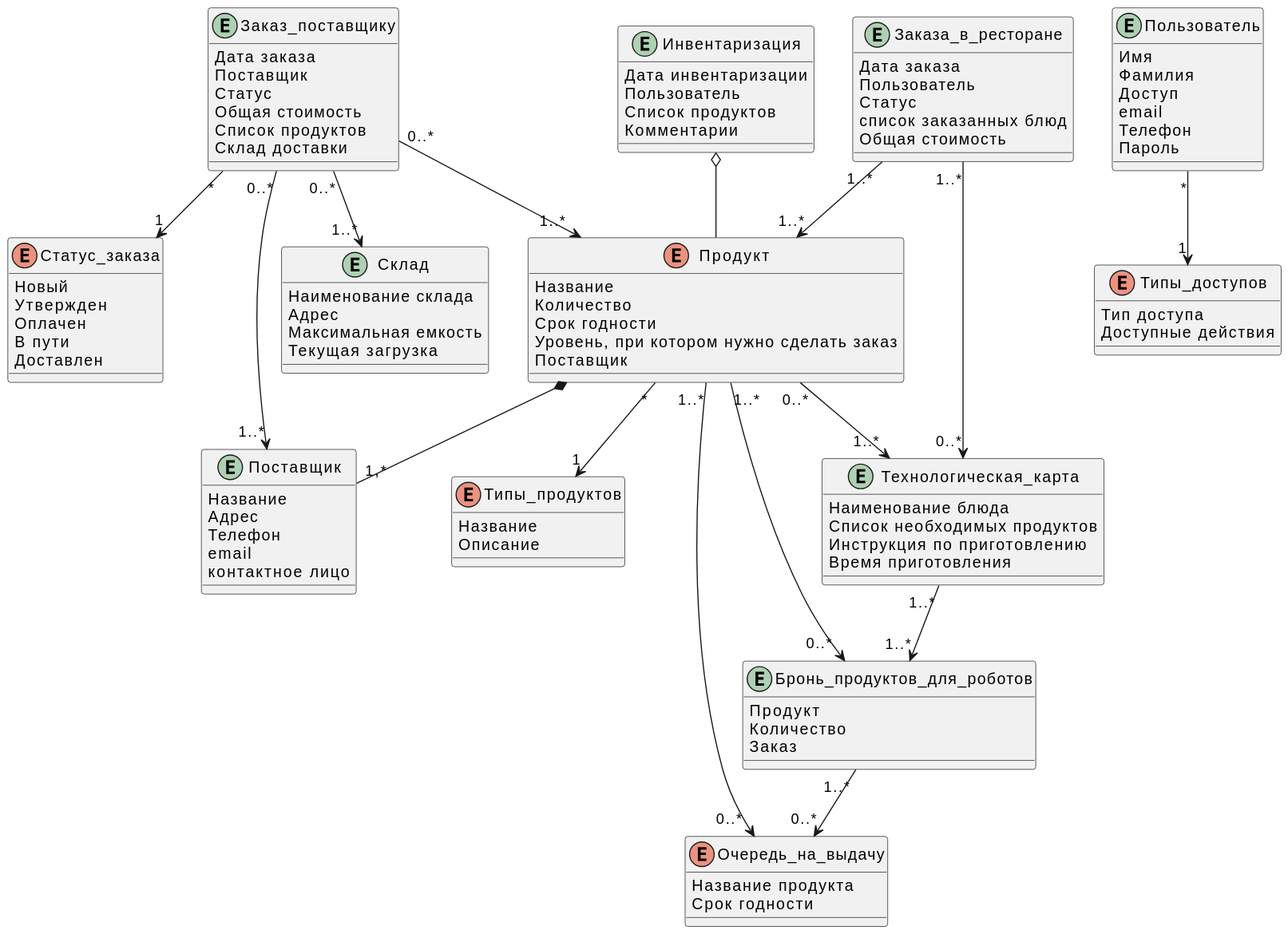
Earlier version of the PlantUML export site/diagrams/out/class.svg (KapustinaAnna/KapustinaAnna.github.io). Its diagram source:
```plantuml
@startuml
Enum Продукт {
Название
Количество
Срок годности
Уровень, при котором нужно сделать заказ
Поставщик
}

Entity Поставщик{
Название
Адрес
Телефон
email
контактное лицо
}


Entity Пользователь {
Имя
Фамилия
Доступ
email
Телефон
Пароль
}

Enum Типы_доступов {
Тип доступа
Доступные действия
}

Entity Заказ_поставщику {
Дата заказа
Поставщик
Статус
Общая стоимость
Список продуктов
Склад доставки
}


Entity Заказа_в_ресторане {
Дата заказа
Пользователь
Статус
список заказанных блюд
Общая стоимость

}

Entity Технологическая_карта {
Наименование блюда
Список необходимых продуктов
Инструкция по приготовлению
Время приготовления

}
Enum Типы_продуктов {
Название
Описание
}
Enum Очередь_на_выдачу {
Название продукта
Срок годности
}
Entity Склад {
Наименование склада
Адрес
Максимальная емкость
Текущая загрузка
}
Entity Инвентаризация {
Дата инвентаризации
Пользователь
Список продуктов
Комментарии
}
Entity Бронь_продуктов_для_роботов {
Продукт
Количество
Заказ
}
Enum Статус_заказа {
  Новый
  Утвержден
  Оплачен
  В пути
  Доставлен
}

Продукт *--"1,*" Поставщик
Инвентаризация o-- Продукт
Заказ_поставщику "0..*" --> "1..*" Продукт
Пользователь "*" --> "1" Типы_доступов
Продукт "*" --> "1" Типы_продуктов
Продукт "1..*" --> "0..* " Бронь_продуктов_для_роботов
Продукт "0..*" --> "1..*" Технологическая_карта
Продукт "1..*" --> "0..* " Очередь_на_выдачу
Заказ_поставщику "0..*" --> "1..*" Склад
Заказа_в_ресторане "1..*" --> "0..*"  Технологическая_карта
Технологическая_карта "1..*" --> "1..*" Бронь_продуктов_для_роботов
Заказ_поставщику"0..*" --> "1..*"Поставщик
Бронь_продуктов_для_роботов "1..*" --> "0..*"Очередь_на_выдачу
Заказ_поставщику "*" --> "1" Статус_заказа
Заказа_в_ресторане "1..*" --> "1..*" Продукт
@enduml
```
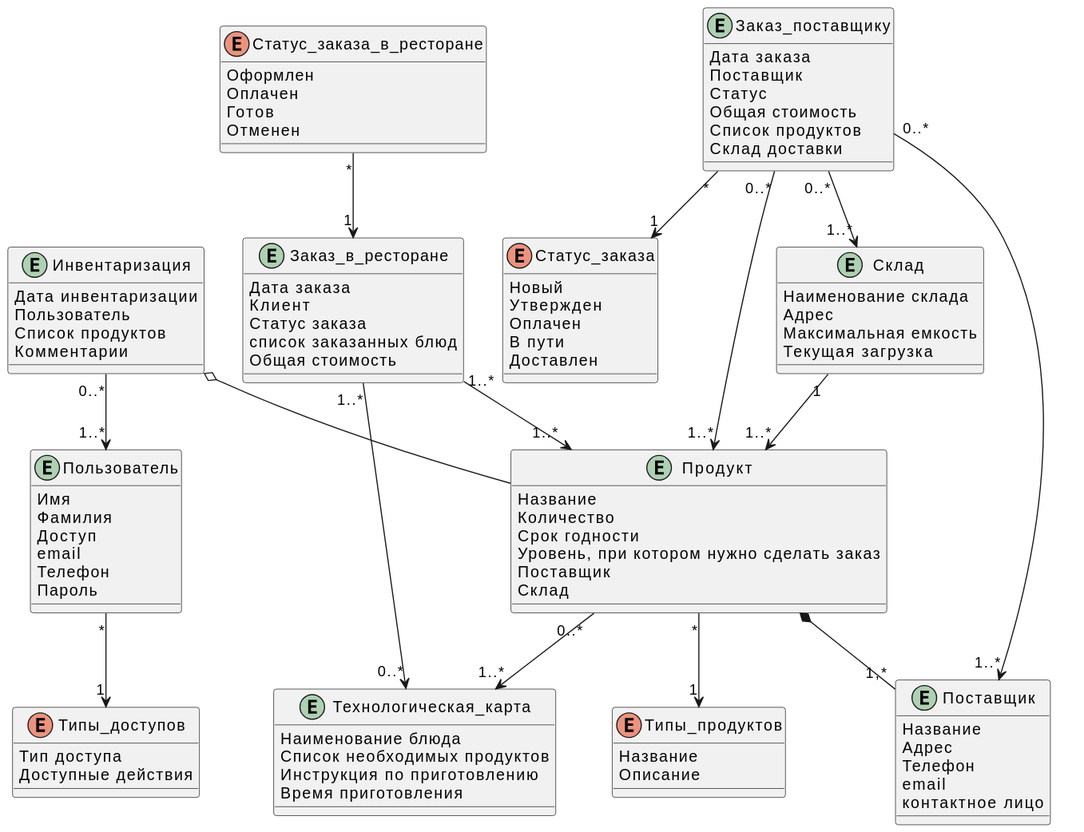
Later version of the same file.

Change to the diagram source:
```diff
@@ -1,10 +1,11 @@
 @startuml
-Enum Продукт {
+Entity Продукт {
 Название
 Количество
 Срок годности
 Уровень, при котором нужно сделать заказ
 Поставщик
+Склад
 }
 
 Entity Поставщик{
@@ -40,13 +41,19 @@
 }
 
 
-Entity Заказа_в_ресторане {
+Entity Заказ_в_ресторане {
 Дата заказа
-Пользователь
-Статус
+Клиент
+Статус заказа
 список заказанных блюд
 Общая стоимость
 
+}
+Enum Статус_заказа_в_ресторане {
+Оформлен
+Оплачен
+Готов
+Отменен
 }
 
 Entity Технологическая_карта {
@@ -60,10 +67,7 @@
 Название
 Описание
 }
-Enum Очередь_на_выдачу {
-Название продукта
-Срок годности
-}
+
 Entity Склад {
 Наименование склада
 Адрес
@@ -76,11 +80,7 @@
 Список продуктов
 Комментарии
 }
-Entity Бронь_продуктов_для_роботов {
-Продукт
-Количество
-Заказ
-}
+
 Enum Статус_заказа {
   Новый
   Утвержден
@@ -93,15 +93,19 @@
 Инвентаризация o-- Продукт
 Заказ_поставщику "0..*" --> "1..*" Продукт
 Пользователь "*" --> "1" Типы_доступов
+
 Продукт "*" --> "1" Типы_продуктов
-Продукт "1..*" --> "0..* " Бронь_продуктов_для_роботов
+
 Продукт "0..*" --> "1..*" Технологическая_карта
-Продукт "1..*" --> "0..* " Очередь_на_выдачу
+
 Заказ_поставщику "0..*" --> "1..*" Склад
-Заказа_в_ресторане "1..*" --> "0..*"  Технологическая_карта
-Технологическая_карта "1..*" --> "1..*" Бронь_продуктов_для_роботов
+Заказ_в_ресторане "1..*" --> "0..*"  Технологическая_карта
+
 Заказ_поставщику"0..*" --> "1..*"Поставщик
-Бронь_продуктов_для_роботов "1..*" --> "0..*"Очередь_на_выдачу
+
 Заказ_поставщику "*" --> "1" Статус_заказа
-Заказа_в_ресторане "1..*" --> "1..*" Продукт
+Заказ_в_ресторане "1..*" --> "1..*" Продукт
+Склад "1" --> "1..*" Продукт
+Статус_заказа_в_ресторане "*" --> "1" Заказ_в_ресторане
+Инвентаризация "0..*" --> "1..*" Пользователь
 @enduml
```
